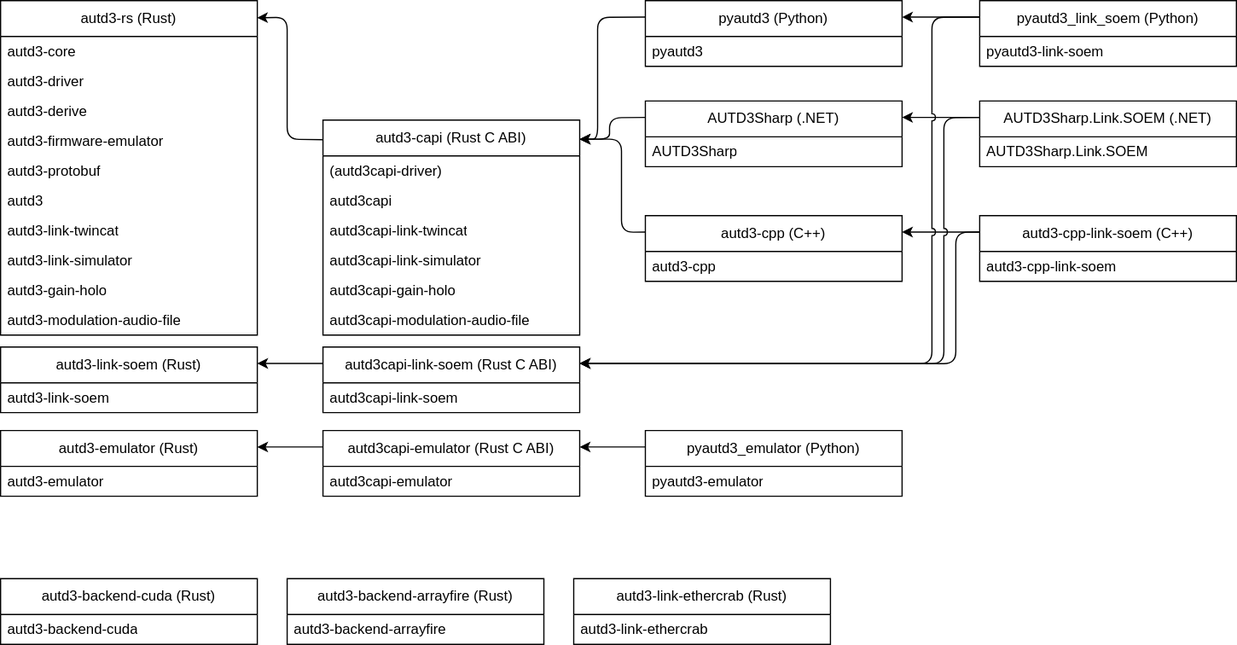
Before: software.svg, a diagram exported from draw.io (shinolab/autd3-lecture). Source tidied: cells renumbered, new cells last; positions are measured from the earlier drawing's top-left corner, leaving out a move shared by most shapes.
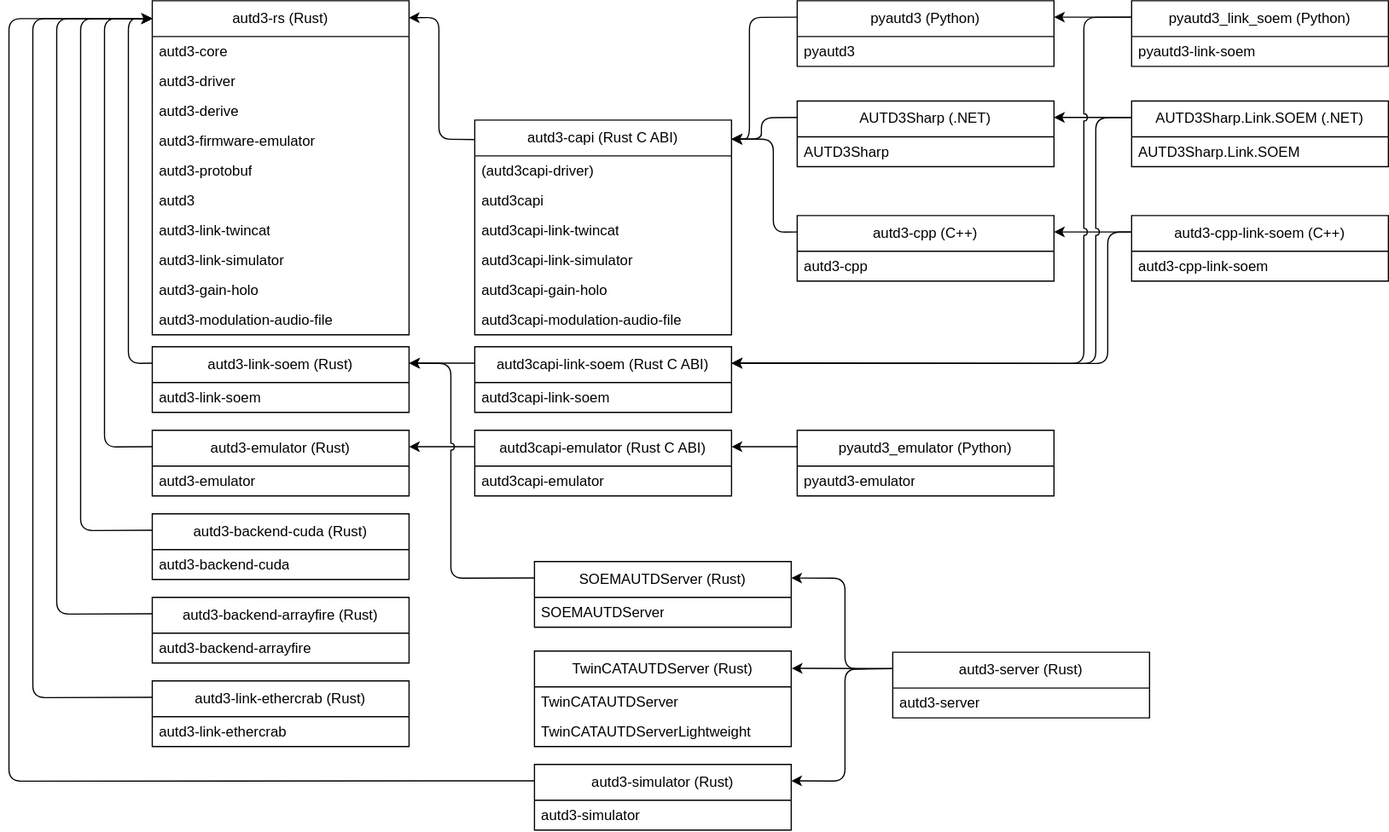
The same diagram one commit later.

What changed in the source:
```diff
@@ -1,2 +1,2 @@
-<mxGraphModel background="#ffffff">
+<mxGraphModel>
   <root>
@@ -10,4 +10,13 @@
     </mxCell>
+    <mxCell id="64" style="edgeStyle=none;html=1;exitX=0;exitY=0.25;exitDx=0;exitDy=0;entryX=0;entryY=0.5;entryDx=0;entryDy=0;" parent="1" edge="1" source="4">
+      <mxGeometry relative="1" as="geometry">
+        <mxPoint y="15" as="targetPoint" />
+        <Array as="points">
+          <mxPoint x="-60" y="444" />
+          <mxPoint x="-60" y="15" />
+        </Array>
+      </mxGeometry>
+    </mxCell>
-    <mxCell id="4" value="&lt;a href=&quot;https://github.com/shinolab/autd3-backend-cuda&quot;&gt;autd3-backend-cuda&lt;/a&gt; (Rust)" style="swimlane;fontStyle=0;horizontal=1;startSize=30;whiteSpace=wrap;html=1;" parent="1" vertex="1">
-      <mxGeometry y="484" width="215" height="55" as="geometry" />
+    <mxCell id="4" value="&lt;a href=&quot;https://github.com/shinolab/autd3-backend-cuda&quot;&gt;autd3-backend-cuda&lt;/a&gt; (Rust)" style="swimlane;fontStyle=0;horizontal=1;startSize=30;whiteSpace=wrap;html=1;fillColor=none;" parent="1" vertex="1">
+      <mxGeometry y="430" width="215" height="55" as="geometry" />
     </mxCell>
@@ -16,4 +25,13 @@
     </mxCell>
+    <mxCell id="65" style="edgeStyle=none;html=1;exitX=0;exitY=0.25;exitDx=0;exitDy=0;entryX=0;entryY=0.5;entryDx=0;entryDy=0;" parent="1" edge="1" source="6">
+      <mxGeometry relative="1" as="geometry">
+        <mxPoint y="15" as="targetPoint" />
+        <Array as="points">
+          <mxPoint x="-80" y="514" />
+          <mxPoint x="-80" y="15" />
+        </Array>
+      </mxGeometry>
+    </mxCell>
-    <mxCell id="6" value="&lt;a href=&quot;https://github.com/shinolab/autd3-backend-arrayfire&quot;&gt;autd3-backend-arrayfire&lt;/a&gt;&amp;nbsp;(Rust)" style="swimlane;fontStyle=0;horizontal=1;startSize=30;whiteSpace=wrap;html=1;" parent="1" vertex="1">
-      <mxGeometry x="240" y="484" width="215" height="55" as="geometry" />
+    <mxCell id="6" value="&lt;a href=&quot;https://github.com/shinolab/autd3-backend-arrayfire&quot;&gt;autd3-backend-arrayfire&lt;/a&gt;&amp;nbsp;(Rust)" style="swimlane;fontStyle=0;horizontal=1;startSize=30;whiteSpace=wrap;html=1;fillColor=none;" parent="1" vertex="1">
+      <mxGeometry y="500" width="215" height="55" as="geometry" />
     </mxCell>
@@ -22,4 +40,13 @@
     </mxCell>
+    <mxCell id="66" style="edgeStyle=none;html=1;exitX=0;exitY=0.25;exitDx=0;exitDy=0;entryX=0;entryY=0.5;entryDx=0;entryDy=0;" parent="1" edge="1" source="8">
+      <mxGeometry relative="1" as="geometry">
+        <mxPoint y="15" as="targetPoint" />
+        <Array as="points">
+          <mxPoint x="-100" y="584" />
+          <mxPoint x="-100" y="15" />
+        </Array>
+      </mxGeometry>
+    </mxCell>
-    <mxCell id="8" value="autd3-link-ethercrab (Rust)" style="swimlane;fontStyle=0;horizontal=1;startSize=30;whiteSpace=wrap;html=1;" parent="1" vertex="1">
-      <mxGeometry x="480" y="484" width="215" height="55" as="geometry" />
+    <mxCell id="8" value="&lt;a href=&quot;https://github.com/shinolab/autd3-link-ethercrab&quot;&gt;autd3-link-ethercrab&lt;/a&gt; (Rust)" style="swimlane;fontStyle=0;horizontal=1;startSize=30;whiteSpace=wrap;html=1;fillColor=none;" parent="1" vertex="1">
+      <mxGeometry y="570" width="215" height="55" as="geometry" />
     </mxCell>
@@ -31,3 +58,3 @@
     </mxCell>
-    <mxCell id="11" value="&lt;a href=&quot;https://github.com/shinolab/autd3-capi&quot;&gt;autd3-capi&lt;/a&gt; (Rust C ABI)" style="swimlane;fontStyle=0;horizontal=1;startSize=30;whiteSpace=wrap;html=1;spacing=2;" parent="10" vertex="1">
+    <mxCell id="11" value="&lt;a href=&quot;https://github.com/shinolab/autd3-capi&quot;&gt;autd3-capi&lt;/a&gt; (Rust C ABI)" style="swimlane;fontStyle=0;horizontal=1;startSize=30;whiteSpace=wrap;html=1;spacing=2;fillColor=none;" parent="10" vertex="1">
       <mxGeometry width="215" height="180" as="geometry" />
@@ -52,3 +79,3 @@
     </mxCell>
-    <mxCell id="18" value="&lt;a href=&quot;https://github.com/shinolab/autd3-capi-link-soem&quot;&gt;autd3capi-link-soem&lt;/a&gt;&amp;nbsp;&lt;span style=&quot;color: rgb(0, 0, 0);&quot;&gt;(Rust C ABI)&lt;/span&gt;" style="swimlane;fontStyle=0;horizontal=1;startSize=30;whiteSpace=wrap;html=1;" parent="10" vertex="1">
+    <mxCell id="18" value="&lt;a href=&quot;https://github.com/shinolab/autd3-capi-link-soem&quot;&gt;autd3capi-link-soem&lt;/a&gt;&amp;nbsp;&lt;span style=&quot;color: rgb(0, 0, 0);&quot;&gt;(Rust C ABI)&lt;/span&gt;" style="swimlane;fontStyle=0;horizontal=1;startSize=30;whiteSpace=wrap;html=1;fillColor=none;" parent="10" vertex="1">
       <mxGeometry y="190" width="215" height="55" as="geometry" />
@@ -58,3 +85,3 @@
     </mxCell>
-    <mxCell id="20" value="&lt;a href=&quot;https://github.com/shinolab/autd3-capi-emulator&quot;&gt;autd3capi-emulator&lt;/a&gt;&amp;nbsp;&lt;span style=&quot;color: rgb(0, 0, 0);&quot;&gt;(Rust C ABI)&lt;/span&gt;" style="swimlane;fontStyle=0;horizontal=1;startSize=30;whiteSpace=wrap;html=1;" parent="10" vertex="1">
+    <mxCell id="20" value="&lt;a href=&quot;https://github.com/shinolab/autd3-capi-emulator&quot;&gt;autd3capi-emulator&lt;/a&gt;&amp;nbsp;&lt;span style=&quot;color: rgb(0, 0, 0);&quot;&gt;(Rust C ABI)&lt;/span&gt;" style="swimlane;fontStyle=0;horizontal=1;startSize=30;whiteSpace=wrap;html=1;fillColor=none;" parent="10" vertex="1">
       <mxGeometry y="260" width="215" height="55" as="geometry" />
@@ -67,3 +94,3 @@
     </mxCell>
-    <mxCell id="23" value="&lt;a href=&quot;https://github.com/shinolab/autd3-rs&quot;&gt;autd3-rs&lt;/a&gt; (Rust)" style="swimlane;fontStyle=0;horizontal=1;startSize=30;whiteSpace=wrap;html=1;spacing=2;" parent="22" vertex="1">
+    <mxCell id="23" value="&lt;a href=&quot;https://github.com/shinolab/autd3-rs&quot;&gt;autd3-rs&lt;/a&gt; (Rust)" style="swimlane;fontStyle=0;horizontal=1;startSize=30;whiteSpace=wrap;html=1;spacing=2;fillColor=none;" parent="22" vertex="1">
       <mxGeometry width="215" height="280" as="geometry" />
@@ -100,3 +127,3 @@
     </mxCell>
-    <mxCell id="34" value="&lt;a href=&quot;https://github.com/shinolab/autd3-link-soem&quot;&gt;autd3-link-soem&lt;/a&gt; (Rust)" style="swimlane;fontStyle=0;horizontal=1;startSize=30;whiteSpace=wrap;html=1;" parent="22" vertex="1">
+    <mxCell id="34" value="&lt;a href=&quot;https://github.com/shinolab/autd3-link-soem&quot;&gt;autd3-link-soem&lt;/a&gt; (Rust)" style="swimlane;fontStyle=0;horizontal=1;startSize=30;whiteSpace=wrap;html=1;fillColor=none;" parent="22" vertex="1">
       <mxGeometry y="290" width="215" height="55" as="geometry" />
@@ -106,3 +133,3 @@
     </mxCell>
-    <mxCell id="36" value="&lt;a href=&quot;https://github.com/shinolab/autd3-emulator&quot;&gt;autd3-emulator&lt;/a&gt;&amp;nbsp;(Rust)" style="swimlane;fontStyle=0;horizontal=1;startSize=30;whiteSpace=wrap;html=1;" parent="22" vertex="1">
+    <mxCell id="36" value="&lt;a href=&quot;https://github.com/shinolab/autd3-emulator&quot;&gt;autd3-emulator&lt;/a&gt;&amp;nbsp;(Rust)" style="swimlane;fontStyle=0;horizontal=1;startSize=30;whiteSpace=wrap;html=1;fillColor=none;" parent="22" vertex="1">
       <mxGeometry y="360" width="215" height="55" as="geometry" />
@@ -146,3 +173,3 @@
     </mxCell>
-    <mxCell id="44" value="&lt;a href=&quot;https://github.com/shinolab/pyautd3_link_soem/&quot;&gt;pyautd3_link_soem&lt;/a&gt;&amp;nbsp;&lt;span style=&quot;color: rgb(0, 0, 0);&quot;&gt;(Python)&lt;/span&gt;" style="swimlane;fontStyle=0;horizontal=1;startSize=30;whiteSpace=wrap;html=1;" parent="1" vertex="1">
+    <mxCell id="44" value="&lt;a href=&quot;https://github.com/shinolab/pyautd3_link_soem/&quot;&gt;pyautd3_link_soem&lt;/a&gt;&amp;nbsp;&lt;span style=&quot;color: rgb(0, 0, 0);&quot;&gt;(Python)&lt;/span&gt;" style="swimlane;fontStyle=0;horizontal=1;startSize=30;whiteSpace=wrap;html=1;fillColor=none;" parent="1" vertex="1">
       <mxGeometry x="820" width="215" height="55" as="geometry" />
@@ -155,3 +182,3 @@
     </mxCell>
-    <mxCell id="47" value="&lt;span style=&quot;color: rgb(0, 0, 0);&quot;&gt;&lt;a href=&quot;https://github.com/shinolab/autd3-cpp-link-soem&quot;&gt;autd3-cpp-link-soem&lt;/a&gt; (C++)&lt;/span&gt;" style="swimlane;fontStyle=0;horizontal=1;startSize=30;whiteSpace=wrap;html=1;" parent="46" vertex="1">
+    <mxCell id="47" value="&lt;span style=&quot;color: rgb(0, 0, 0);&quot;&gt;&lt;a href=&quot;https://github.com/shinolab/autd3-cpp-link-soem&quot;&gt;autd3-cpp-link-soem&lt;/a&gt; (C++)&lt;/span&gt;" style="swimlane;fontStyle=0;horizontal=1;startSize=30;whiteSpace=wrap;html=1;fillColor=none;" parent="46" vertex="1">
       <mxGeometry y="70" width="215" height="55" as="geometry" />
@@ -161,3 +188,3 @@
     </mxCell>
-    <mxCell id="49" value="&lt;a href=&quot;https://github.com/shinolab/pyautd3/&quot;&gt;pyautd3&lt;/a&gt;&amp;nbsp;&lt;span style=&quot;color: rgb(0, 0, 0);&quot;&gt;(Python)&lt;/span&gt;" style="swimlane;fontStyle=0;horizontal=1;startSize=30;whiteSpace=wrap;html=1;" parent="1" vertex="1">
+    <mxCell id="49" value="&lt;a href=&quot;https://github.com/shinolab/pyautd3/&quot;&gt;pyautd3&lt;/a&gt;&amp;nbsp;&lt;span style=&quot;color: rgb(0, 0, 0);&quot;&gt;(Python)&lt;/span&gt;" style="swimlane;fontStyle=0;horizontal=1;startSize=30;whiteSpace=wrap;html=1;fillColor=none;" parent="1" vertex="1">
       <mxGeometry x="540" width="215" height="55" as="geometry" />
@@ -170,3 +197,3 @@
     </mxCell>
-    <mxCell id="52" value="&lt;a href=&quot;https://github.com/shinolab/pyautd3_emulator/&quot;&gt;pyautd3_emulator&lt;/a&gt;&amp;nbsp;&lt;span style=&quot;color: rgb(0, 0, 0);&quot;&gt;(Python)&lt;/span&gt;" style="swimlane;fontStyle=0;horizontal=1;startSize=30;whiteSpace=wrap;html=1;" parent="1" vertex="1">
+    <mxCell id="52" value="&lt;a href=&quot;https://github.com/shinolab/pyautd3_emulator/&quot;&gt;pyautd3_emulator&lt;/a&gt;&amp;nbsp;&lt;span style=&quot;color: rgb(0, 0, 0);&quot;&gt;(Python)&lt;/span&gt;" style="swimlane;fontStyle=0;horizontal=1;startSize=30;whiteSpace=wrap;html=1;fillColor=none;" parent="1" vertex="1">
       <mxGeometry x="540" y="360" width="215" height="55" as="geometry" />
@@ -176,3 +203,3 @@
     </mxCell>
-    <mxCell id="54" value="&lt;span style=&quot;color: rgb(0, 0, 0);&quot;&gt;&lt;a href=&quot;https://github.com/shinolab/AUTD3Sharp&quot;&gt;AUTD3Sharp&lt;/a&gt; (.NET)&lt;/span&gt;" style="swimlane;fontStyle=0;horizontal=1;startSize=30;whiteSpace=wrap;html=1;" parent="1" vertex="1">
+    <mxCell id="54" value="&lt;span style=&quot;color: rgb(0, 0, 0);&quot;&gt;&lt;a href=&quot;https://github.com/shinolab/AUTD3Sharp&quot;&gt;AUTD3Sharp&lt;/a&gt; (.NET)&lt;/span&gt;" style="swimlane;fontStyle=0;horizontal=1;startSize=30;whiteSpace=wrap;html=1;fillColor=none;" parent="1" vertex="1">
       <mxGeometry x="540" y="84" width="215" height="55" as="geometry" />
@@ -190,3 +217,3 @@
     </mxCell>
-    <mxCell id="57" value="&lt;span style=&quot;color: rgb(0, 0, 0);&quot;&gt;&lt;a href=&quot;https://github.com/shinolab/AUTD3Sharp.Link.SOEM&quot;&gt;AUTD3Sharp.Link.SOEM&lt;/a&gt; (.NET)&lt;/span&gt;" style="swimlane;fontStyle=0;horizontal=1;startSize=30;whiteSpace=wrap;html=1;" parent="1" vertex="1">
+    <mxCell id="57" value="&lt;span style=&quot;color: rgb(0, 0, 0);&quot;&gt;&lt;a href=&quot;https://github.com/shinolab/AUTD3Sharp.Link.SOEM&quot;&gt;AUTD3Sharp.Link.SOEM&lt;/a&gt; (.NET)&lt;/span&gt;" style="swimlane;fontStyle=0;horizontal=1;startSize=30;whiteSpace=wrap;html=1;fillColor=none;" parent="1" vertex="1">
       <mxGeometry x="820" y="84" width="215" height="55" as="geometry" />
@@ -196,3 +223,3 @@
     </mxCell>
-    <mxCell id="59" value="&lt;span style=&quot;color: rgb(0, 0, 0);&quot;&gt;&lt;a href=&quot;https://github.com/shinolab/autd3-cpp&quot;&gt;autd3-cpp&lt;/a&gt; (C++)&lt;/span&gt;" style="swimlane;fontStyle=0;horizontal=1;startSize=30;whiteSpace=wrap;html=1;" parent="1" vertex="1">
+    <mxCell id="59" value="&lt;span style=&quot;color: rgb(0, 0, 0);&quot;&gt;&lt;a href=&quot;https://github.com/shinolab/autd3-cpp&quot;&gt;autd3-cpp&lt;/a&gt; (C++)&lt;/span&gt;" style="swimlane;fontStyle=0;horizontal=1;startSize=30;whiteSpace=wrap;html=1;fillColor=none;" parent="1" vertex="1">
       <mxGeometry x="540" y="180" width="215" height="55" as="geometry" />
@@ -228,2 +255,86 @@
     </mxCell>
+    <mxCell id="67" style="edgeStyle=none;html=1;exitX=0;exitY=0.25;exitDx=0;exitDy=0;entryX=0;entryY=0.5;entryDx=0;entryDy=0;" parent="1" edge="1" source="36">
+      <mxGeometry relative="1" as="geometry">
+        <mxPoint y="15" as="targetPoint" />
+        <Array as="points">
+          <mxPoint x="-40" y="374" />
+          <mxPoint x="-40" y="15" />
+        </Array>
+      </mxGeometry>
+    </mxCell>
+    <mxCell id="68" style="edgeStyle=none;html=1;exitX=0;exitY=0.25;exitDx=0;exitDy=0;entryX=0;entryY=0.5;entryDx=0;entryDy=0;" parent="1" edge="1" source="34">
+      <mxGeometry relative="1" as="geometry">
+        <mxPoint y="15" as="targetPoint" />
+        <Array as="points">
+          <mxPoint x="-20" y="304" />
+          <mxPoint x="-20" y="15" />
+        </Array>
+      </mxGeometry>
+    </mxCell>
+    <mxCell id="69" value="&lt;a href=&quot;https://github.com/shinolab/SOEMAUTDServer&quot;&gt;SOEMAUTDServer&lt;/a&gt;&amp;nbsp;(Rust)" style="swimlane;fontStyle=0;horizontal=1;startSize=30;whiteSpace=wrap;html=1;fillColor=none;" parent="1" vertex="1">
+      <mxGeometry x="320" y="470" width="215" height="55" as="geometry" />
+    </mxCell>
+    <mxCell id="70" value="SOEMAUTDServer" style="text;strokeColor=none;fillColor=none;align=left;verticalAlign=middle;spacingLeft=4;spacingRight=4;overflow=hidden;points=[[0,0.5],[1,0.5]];portConstraint=eastwest;whiteSpace=wrap;html=1;" parent="69" vertex="1">
+      <mxGeometry y="30" width="215" height="25" as="geometry" />
+    </mxCell>
+    <mxCell id="71" style="edgeStyle=none;html=1;entryX=1;entryY=0.5;entryDx=0;entryDy=0;" parent="69" edge="1" source="69" target="70">
+      <mxGeometry relative="1" as="geometry" />
+    </mxCell>
+    <mxCell id="72" style="edgeStyle=none;html=1;exitX=0;exitY=0.25;exitDx=0;exitDy=0;entryX=1;entryY=0.25;entryDx=0;entryDy=0;jumpStyle=arc;" parent="1" edge="1" source="69" target="34">
+      <mxGeometry relative="1" as="geometry">
+        <Array as="points">
+          <mxPoint x="250" y="484" />
+          <mxPoint x="250" y="304" />
+        </Array>
+      </mxGeometry>
+    </mxCell>
+    <mxCell id="73" value="&lt;a href=&quot;https://github.com/shinolab/TwinCATAUTDServer&quot;&gt;TwinCATAUTDServer&lt;/a&gt;&amp;nbsp;(Rust)" style="swimlane;fontStyle=0;horizontal=1;startSize=30;whiteSpace=wrap;html=1;fillColor=none;" parent="1" vertex="1">
+      <mxGeometry x="320" y="545" width="215" height="80" as="geometry" />
+    </mxCell>
+    <mxCell id="74" value="TwinCATAUTDServer" style="text;strokeColor=none;fillColor=none;align=left;verticalAlign=middle;spacingLeft=4;spacingRight=4;overflow=hidden;whiteSpace=wrap;html=1;" parent="73" vertex="1">
+      <mxGeometry y="30" width="215" height="25" as="geometry" />
+    </mxCell>
+    <mxCell id="75" value="TwinCATAUTDServerLightweight" style="text;strokeColor=none;fillColor=none;align=left;verticalAlign=middle;spacingLeft=4;spacingRight=4;overflow=hidden;whiteSpace=wrap;html=1;" parent="73" vertex="1">
+      <mxGeometry y="55" width="215" height="25" as="geometry" />
+    </mxCell>
+    <mxCell id="76" style="edgeStyle=none;html=1;exitX=0;exitY=0.25;exitDx=0;exitDy=0;entryX=0;entryY=0.5;entryDx=0;entryDy=0;" parent="1" edge="1" source="77">
+      <mxGeometry relative="1" as="geometry">
+        <mxPoint y="15" as="targetPoint" />
+        <Array as="points">
+          <mxPoint x="-120" y="654" />
+          <mxPoint x="-120" y="15" />
+        </Array>
+      </mxGeometry>
+    </mxCell>
+    <mxCell id="77" value="&lt;a href=&quot;https://github.com/shinolab/autd3-simulator&quot;&gt;autd3-simulator&lt;/a&gt;&amp;nbsp;(Rust)" style="swimlane;fontStyle=0;horizontal=1;startSize=30;whiteSpace=wrap;html=1;fillColor=none;" parent="1" vertex="1">
+      <mxGeometry x="320" y="640" width="215" height="55" as="geometry" />
+    </mxCell>
+    <mxCell id="78" value="autd3-simulator" style="text;strokeColor=none;fillColor=none;align=left;verticalAlign=middle;spacingLeft=4;spacingRight=4;overflow=hidden;whiteSpace=wrap;html=1;" parent="77" vertex="1">
+      <mxGeometry y="30" width="215" height="25" as="geometry" />
+    </mxCell>
+    <mxCell id="79" style="edgeStyle=none;html=1;exitX=0;exitY=0.25;exitDx=0;exitDy=0;entryX=1;entryY=0.25;entryDx=0;entryDy=0;" parent="1" edge="1" source="81" target="69">
+      <mxGeometry relative="1" as="geometry">
+        <Array as="points">
+          <mxPoint x="580" y="560" />
+          <mxPoint x="580" y="484" />
+        </Array>
+      </mxGeometry>
+    </mxCell>
+    <mxCell id="80" style="edgeStyle=none;html=1;exitX=0;exitY=0.25;exitDx=0;exitDy=0;entryX=1;entryY=0.25;entryDx=0;entryDy=0;" parent="1" edge="1" source="81" target="77">
+      <mxGeometry relative="1" as="geometry">
+        <Array as="points">
+          <mxPoint x="580" y="560" />
+          <mxPoint x="580" y="654" />
+        </Array>
+      </mxGeometry>
+    </mxCell>
+    <mxCell id="81" value="&lt;a href=&quot;https://github.com/shinolab/autd3-server&quot;&gt;autd3-server&lt;/a&gt;&amp;nbsp;(Rust)" style="swimlane;fontStyle=0;horizontal=1;startSize=30;whiteSpace=wrap;html=1;fillColor=none;" parent="1" vertex="1">
+      <mxGeometry x="620" y="546" width="215" height="55" as="geometry" />
+    </mxCell>
+    <mxCell id="82" value="autd3-server" style="text;strokeColor=none;fillColor=none;align=left;verticalAlign=middle;spacingLeft=4;spacingRight=4;overflow=hidden;whiteSpace=wrap;html=1;" parent="81" vertex="1">
+      <mxGeometry y="30" width="215" height="25" as="geometry" />
+    </mxCell>
+    <mxCell id="83" style="edgeStyle=none;html=1;exitX=0;exitY=0.25;exitDx=0;exitDy=0;entryX=1.002;entryY=0.181;entryDx=0;entryDy=0;entryPerimeter=0;" parent="1" edge="1" source="81" target="73">
+      <mxGeometry relative="1" as="geometry" />
+    </mxCell>
   </root>
```
